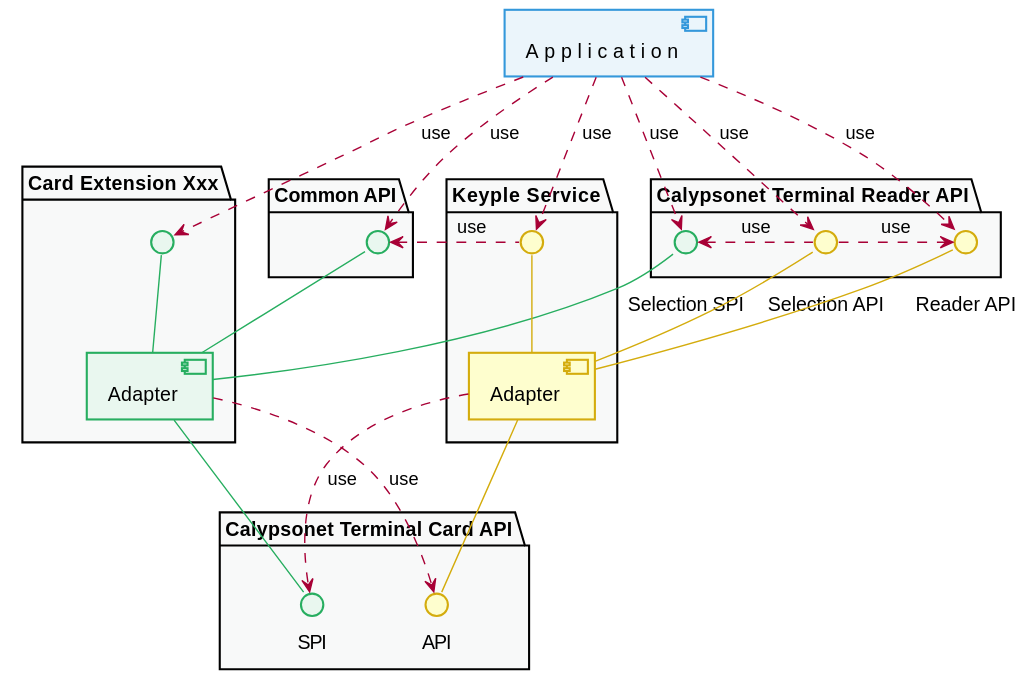
Above: static/media/learn/developer-guide/component-dependencies/card_api.svg in eclipse-keyple/keyple-website (PlantUML), before the change.
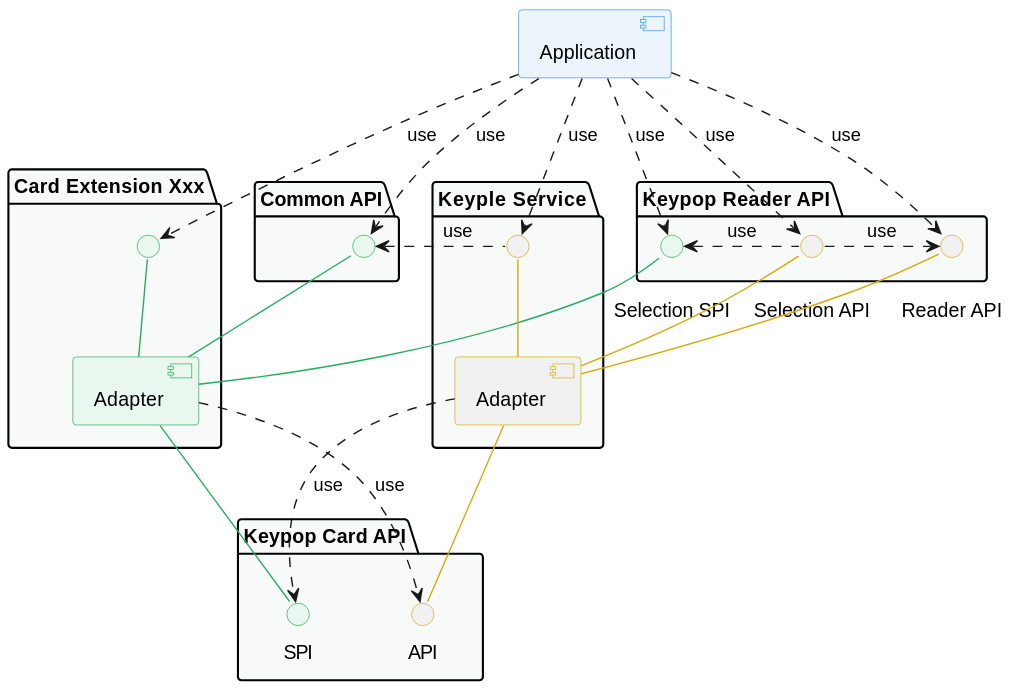
After the change.

What changed in the source:
```diff
@@ -1,5 +1,4 @@
 @startuml
-
 
 !define COLOR_YELLOW D4AC0D
 !define COLOR_RED E74C3C
@@ -59,7 +58,7 @@
     interface " " as specificCardExtensionApi <<green>>
     [Adapter] as extension <<green>>
 }
-package "Calypsonet Terminal Reader API" as packReaderApi {
+package "Keypop Reader API" as packReaderApi {
     interface "\nReader API" as readerApi
     interface "\nSelection API" as selectionApi
     interface "\nSelection SPI" as selectionSpi <<green>>
@@ -68,7 +67,7 @@
     interface " " as serviceApi
     [Adapter] as service
 }
-package "Calypsonet Terminal Card API" as packCardApi {
+package "Keypop Card API" as packCardApi {
     interface "SPI" as cardSpi <<green>>
     interface "API" as cardApi
 }
@@ -113,5 +112,4 @@
 }
 package packCardApi #C_GREY1 {
 }
-
 @enduml
```
